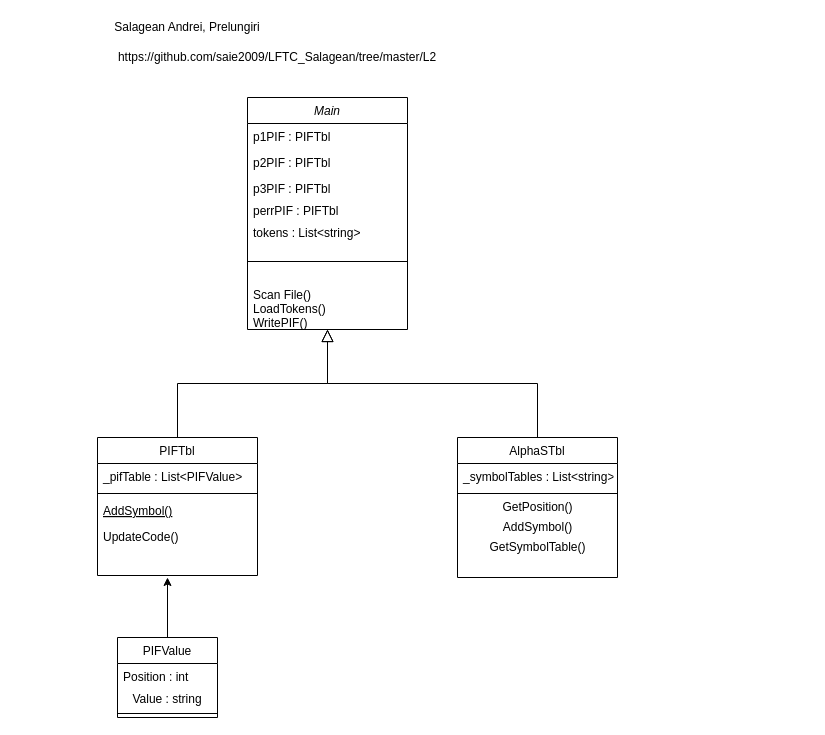
Earlier version of the draw.io diagram L3/scannerDiag.drawio (saie2009/LFTC_Salagean). Source tidied: cells renumbered, new cells numbered last; positions are measured from the earlier drawing's top-left corner, leaving out a move shared by most shapes. Both pictures are drawn from the tidied source at 100%, with x=0, y=0 at pixel (47, 17).
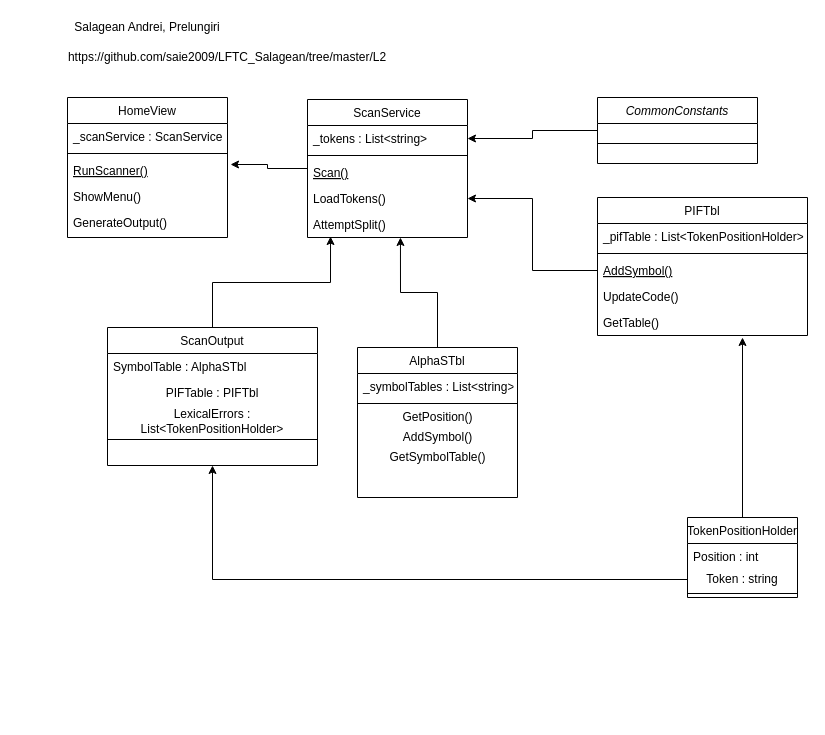
Above is the later version.

Diff of the diagram source:
```diff
@@
+    <mxCell id="30" style="edgeStyle=orthogonalEdgeStyle;rounded=0;jettySize=auto;html=1;entryX=1;entryY=0.5;entryDx=0;entryDy=0;" parent="1" edge="1" source="2" target="43">
+      <mxGeometry relative="1" as="geometry" />
+    </mxCell>
-    <mxCell id="2" value="Main" style="swimlane;fontStyle=2;align=center;verticalAlign=top;horizontal=1;startSize=26;rounded=0;shadow=0;strokeWidth=1;" parent="1" vertex="1">
-      <mxGeometry x="200" y="80" width="160" height="232" as="geometry" />
+    <mxCell id="2" value="CommonConstants" style="swimlane;fontStyle=2;align=center;verticalAlign=top;horizontal=1;startSize=26;rounded=0;shadow=0;strokeWidth=1;" parent="1" vertex="1">
+      <mxGeometry x="550" y="80" width="160" height="66" as="geometry" />
     </mxCell>
-    <mxCell id="3" value="p1PIF : PIFTbl" style="text;align=left;verticalAlign=top;spacingLeft=4;spacingRight=4;overflow=hidden;" parent="2" vertex="1">
-      <mxGeometry y="26" width="160" height="26" as="geometry" />
-    </mxCell>
-    <mxCell id="4" value="p2PIF : PIFTbl&#10;" style="text;align=left;verticalAlign=top;spacingLeft=4;spacingRight=4;overflow=hidden;rounded=0;shadow=0;html=0;" parent="2" vertex="1">
-      <mxGeometry y="52" width="160" height="26" as="geometry" />
-    </mxCell>
-    <mxCell id="5" value="p3PIF : PIFTbl&#10;" style="text;align=left;verticalAlign=top;spacingLeft=4;spacingRight=4;overflow=hidden;rounded=0;shadow=0;html=0;" parent="2" vertex="1">
-      <mxGeometry y="78" width="160" height="22" as="geometry" />
-    </mxCell>
-    <mxCell id="6" value="perrPIF : PIFTbl&#10;" style="text;align=left;verticalAlign=top;spacingLeft=4;spacingRight=4;overflow=hidden;rounded=0;shadow=0;html=0;" parent="2" vertex="1">
-      <mxGeometry y="100" width="160" height="22" as="geometry" />
-    </mxCell>
-    <mxCell id="7" value="tokens : List&lt;string&gt;&#10;" style="text;align=left;verticalAlign=top;spacingLeft=4;spacingRight=4;overflow=hidden;rounded=0;shadow=0;html=0;" parent="2" vertex="1">
-      <mxGeometry y="122" width="160" height="22" as="geometry" />
-    </mxCell>
     <mxCell id="8" style="line;html=1;strokeWidth=1;align=left;verticalAlign=middle;spacingTop=-1;spacingLeft=3;spacingRight=3;labelPosition=right;" parent="2" vertex="1">
-      <mxGeometry y="144" width="160" height="40" as="geometry" />
+      <mxGeometry y="26" width="160" height="40" as="geometry" />
     </mxCell>
-    <mxCell id="9" value="Scan File()&#10;LoadTokens()&#10;WritePIF()" style="text;align=left;verticalAlign=top;spacingLeft=4;spacingRight=4;overflow=hidden;" parent="2" vertex="1">
-      <mxGeometry y="184" width="160" height="48" as="geometry" />
-    </mxCell>
-    <mxCell id="10" style="endArrow=block;endSize=10;endFill=0;shadow=0;strokeWidth=1;rounded=0;edgeStyle=elbowEdgeStyle;elbow=vertical;" parent="1" edge="1" source="12" target="2">
-      <mxGeometry relative="1" as="geometry" />
-    </mxCell>
-    <mxCell id="11" style="endArrow=block;endSize=10;endFill=0;shadow=0;strokeWidth=1;rounded=0;edgeStyle=elbowEdgeStyle;elbow=vertical;" parent="1" edge="1" source="17" target="2">
-      <mxGeometry relative="1" as="geometry" />
-    </mxCell>
-    <mxCell id="12" value="PIFTbl" style="swimlane;fontStyle=0;align=center;verticalAlign=top;horizontal=1;startSize=26;rounded=0;shadow=0;strokeWidth=1;" parent="1" vertex="1">
-      <mxGeometry x="50" y="420" width="160" height="138" as="geometry" />
-    </mxCell>
-    <mxCell id="13" value="_pifTable : List&lt;PIFValue&gt;" style="text;align=left;verticalAlign=top;spacingLeft=4;spacingRight=4;overflow=hidden;" parent="12" vertex="1">
-      <mxGeometry y="26" width="160" height="26" as="geometry" />
-    </mxCell>
-    <mxCell id="14" style="line;html=1;strokeWidth=1;align=left;verticalAlign=middle;spacingTop=-1;spacingLeft=3;spacingRight=3;labelPosition=right;" parent="12" vertex="1">
-      <mxGeometry y="52" width="160" height="8" as="geometry" />
-    </mxCell>
-    <mxCell id="15" value="AddSymbol()&#10;" style="text;align=left;verticalAlign=top;spacingLeft=4;spacingRight=4;overflow=hidden;points=[[0,0.5],[1,0.5]];portConstraint=eastwest;fontStyle=4;" parent="12" vertex="1">
-      <mxGeometry y="60" width="160" height="26" as="geometry" />
-    </mxCell>
-    <mxCell id="16" value="UpdateCode()&#10;" style="text;align=left;verticalAlign=top;spacingLeft=4;spacingRight=4;overflow=hidden;" parent="12" vertex="1">
-      <mxGeometry y="86" width="160" height="26" as="geometry" />
-    </mxCell>
+    <mxCell id="31" style="edgeStyle=orthogonalEdgeStyle;rounded=0;jettySize=auto;html=1;entryX=0.581;entryY=1;entryDx=0;entryDy=0;entryPerimeter=0;" parent="1" edge="1" source="17" target="47">
+      <mxGeometry relative="1" as="geometry" />
+    </mxCell>
     <mxCell id="17" value="AlphaSTbl&#10;" style="swimlane;fontStyle=0;align=center;verticalAlign=top;horizontal=1;startSize=26;rounded=0;shadow=0;strokeWidth=1;" parent="1" vertex="1">
-      <mxGeometry x="410" y="420" width="160" height="140" as="geometry" />
+      <mxGeometry x="310" y="330" width="160" height="150" as="geometry" />
     </mxCell>
@@
-    <mxCell id="23" style="edgeStyle=orthogonalEdgeStyle;rounded=0;orthogonalLoop=1;jettySize=auto;html=1;" parent="1" edge="1">
-      <mxGeometry relative="1" as="geometry">
-        <mxPoint x="120" y="620" as="sourcePoint" />
-        <mxPoint x="120" y="560" as="targetPoint" />
-      </mxGeometry>
-    </mxCell>
+    <mxCell id="32" style="edgeStyle=orthogonalEdgeStyle;rounded=0;jettySize=auto;html=1;" parent="1" edge="1" source="24">
+      <mxGeometry relative="1" as="geometry">
+        <mxPoint x="695" y="320" as="targetPoint" />
+      </mxGeometry>
+    </mxCell>
-    <mxCell id="24" value="PIFValue" style="swimlane;fontStyle=0;align=center;verticalAlign=top;horizontal=1;startSize=26;rounded=0;shadow=0;strokeWidth=1;" parent="1" vertex="1">
-      <mxGeometry x="70" y="620" width="100" height="80" as="geometry" />
+    <mxCell id="24" value="TokenPositionHolder&#10;" style="swimlane;fontStyle=0;align=center;verticalAlign=top;horizontal=1;startSize=26;rounded=0;shadow=0;strokeWidth=1;" parent="1" vertex="1">
+      <mxGeometry x="640" y="500" width="110" height="80" as="geometry" />
     </mxCell>
     <mxCell id="25" value="Position : int" style="text;align=left;verticalAlign=top;spacingLeft=4;spacingRight=4;overflow=hidden;" parent="24" vertex="1">
-      <mxGeometry y="26" width="100" height="26" as="geometry" />
+      <mxGeometry y="26" width="110" height="26" as="geometry" />
     </mxCell>
-    <mxCell id="26" value="Value : string&lt;br&gt;" style="text;html=1;strokeColor=none;fillColor=none;align=center;verticalAlign=middle;whiteSpace=wrap;rounded=0;" parent="24" vertex="1">
-      <mxGeometry y="52" width="100" height="20" as="geometry" />
+    <mxCell id="26" value="Token : string" style="text;html=1;strokeColor=none;fillColor=none;align=center;verticalAlign=middle;whiteSpace=wrap;rounded=0;" parent="24" vertex="1">
+      <mxGeometry y="52" width="110" height="20" as="geometry" />
     </mxCell>
     <mxCell id="27" style="line;html=1;strokeWidth=1;align=left;verticalAlign=middle;spacingTop=-1;spacingLeft=3;spacingRight=3;labelPosition=right;" parent="24" vertex="1">
-      <mxGeometry y="72" width="100" height="8" as="geometry" />
+      <mxGeometry y="72" width="110" height="8" as="geometry" />
     </mxCell>
     <mxCell id="28" value="https://github.com/saie2009/LFTC_Salagean/tree/master/L2" style="text;html=1;strokeColor=none;fillColor=none;align=center;verticalAlign=middle;whiteSpace=wrap;rounded=0;" parent="1" vertex="1">
-      <mxGeometry x="210" y="30" width="40" height="20" as="geometry" />
+      <mxGeometry x="160" y="30" width="40" height="20" as="geometry" />
     </mxCell>
     <mxCell id="29" value="Salagean Andrei, Prelungiri" style="text;html=1;strokeColor=none;fillColor=none;align=center;verticalAlign=middle;whiteSpace=wrap;rounded=0;" parent="1" vertex="1">
-      <mxGeometry width="280" height="20" as="geometry" />
+      <mxGeometry x="-30" width="260" height="20" as="geometry" />
     </mxCell>
+    <mxCell id="12" value="PIFTbl" style="swimlane;fontStyle=0;align=center;verticalAlign=top;horizontal=1;startSize=26;rounded=0;shadow=0;strokeWidth=1;" parent="1" vertex="1">
+      <mxGeometry x="550" y="180" width="210" height="138" as="geometry" />
+    </mxCell>
+    <mxCell id="13" value="_pifTable : List&lt;TokenPositionHolder&gt;" style="text;align=left;verticalAlign=top;spacingLeft=4;spacingRight=4;overflow=hidden;" parent="12" vertex="1">
+      <mxGeometry y="26" width="210" height="26" as="geometry" />
+    </mxCell>
+    <mxCell id="33" style="line;html=1;strokeWidth=1;align=left;verticalAlign=middle;spacingTop=-1;spacingLeft=3;spacingRight=3;labelPosition=right;" parent="12" vertex="1">
+      <mxGeometry y="52" width="210" height="8" as="geometry" />
+    </mxCell>
+    <mxCell id="15" value="AddSymbol()&#10;" style="text;align=left;verticalAlign=top;spacingLeft=4;spacingRight=4;overflow=hidden;points=[[0,0.5],[1,0.5]];portConstraint=eastwest;fontStyle=4;" parent="12" vertex="1">
+      <mxGeometry y="60" width="210" height="26" as="geometry" />
+    </mxCell>
+    <mxCell id="16" value="UpdateCode()&#10;" style="text;align=left;verticalAlign=top;spacingLeft=4;spacingRight=4;overflow=hidden;" parent="12" vertex="1">
+      <mxGeometry y="86" width="210" height="26" as="geometry" />
+    </mxCell>
+    <mxCell id="34" value="GetTable()" style="text;align=left;verticalAlign=top;spacingLeft=4;spacingRight=4;overflow=hidden;" parent="12" vertex="1">
+      <mxGeometry y="112" width="210" height="26" as="geometry" />
+    </mxCell>
+    <mxCell id="35" value="HomeView" style="swimlane;fontStyle=0;align=center;verticalAlign=top;horizontal=1;startSize=26;rounded=0;shadow=0;strokeWidth=1;" parent="1" vertex="1">
+      <mxGeometry x="20" y="80" width="160" height="140" as="geometry" />
+    </mxCell>
+    <mxCell id="36" value="_scanService : ScanService" style="text;align=left;verticalAlign=top;spacingLeft=4;spacingRight=4;overflow=hidden;" parent="35" vertex="1">
+      <mxGeometry y="26" width="160" height="26" as="geometry" />
+    </mxCell>
+    <mxCell id="37" style="line;html=1;strokeWidth=1;align=left;verticalAlign=middle;spacingTop=-1;spacingLeft=3;spacingRight=3;labelPosition=right;" parent="35" vertex="1">
+      <mxGeometry y="52" width="160" height="8" as="geometry" />
+    </mxCell>
+    <mxCell id="38" value="RunScanner()" style="text;align=left;verticalAlign=top;spacingLeft=4;spacingRight=4;overflow=hidden;points=[[0,0.5],[1,0.5]];portConstraint=eastwest;fontStyle=4;" parent="35" vertex="1">
+      <mxGeometry y="60" width="160" height="26" as="geometry" />
+    </mxCell>
+    <mxCell id="39" value="ShowMenu()" style="text;align=left;verticalAlign=top;spacingLeft=4;spacingRight=4;overflow=hidden;" parent="35" vertex="1">
+      <mxGeometry y="86" width="160" height="26" as="geometry" />
+    </mxCell>
+    <mxCell id="40" value="GenerateOutput()" style="text;align=left;verticalAlign=top;spacingLeft=4;spacingRight=4;overflow=hidden;" parent="35" vertex="1">
+      <mxGeometry y="112" width="160" height="28" as="geometry" />
+    </mxCell>
+    <mxCell id="41" style="edgeStyle=orthogonalEdgeStyle;rounded=0;jettySize=auto;html=1;entryX=1.019;entryY=0.269;entryDx=0;entryDy=0;entryPerimeter=0;" parent="1" edge="1" source="42" target="38">
+      <mxGeometry relative="1" as="geometry" />
+    </mxCell>
+    <mxCell id="42" value="ScanService" style="swimlane;fontStyle=0;align=center;verticalAlign=top;horizontal=1;startSize=26;rounded=0;shadow=0;strokeWidth=1;" parent="1" vertex="1">
+      <mxGeometry x="260" y="82" width="160" height="138" as="geometry" />
+    </mxCell>
+    <mxCell id="43" value="_tokens : List&lt;string&gt;" style="text;align=left;verticalAlign=top;spacingLeft=4;spacingRight=4;overflow=hidden;points=[[0,0.5],[1,0.5]];portConstraint=eastwest;" parent="42" vertex="1">
+      <mxGeometry y="26" width="160" height="26" as="geometry" />
+    </mxCell>
+    <mxCell id="44" style="line;html=1;strokeWidth=1;align=left;verticalAlign=middle;spacingTop=-1;spacingLeft=3;spacingRight=3;labelPosition=right;" parent="42" vertex="1">
+      <mxGeometry y="52" width="160" height="8" as="geometry" />
+    </mxCell>
+    <mxCell id="45" value="Scan()" style="text;align=left;verticalAlign=top;spacingLeft=4;spacingRight=4;overflow=hidden;fontStyle=4;" parent="42" vertex="1">
+      <mxGeometry y="60" width="160" height="26" as="geometry" />
+    </mxCell>
+    <mxCell id="46" value="LoadTokens()&#10;" style="text;align=left;verticalAlign=top;spacingLeft=4;spacingRight=4;overflow=hidden;points=[[0,0.5],[1,0.5]];portConstraint=eastwest;" parent="42" vertex="1">
+      <mxGeometry y="86" width="160" height="26" as="geometry" />
+    </mxCell>
+    <mxCell id="47" value="AttemptSplit()" style="text;align=left;verticalAlign=top;spacingLeft=4;spacingRight=4;overflow=hidden;points=[[0,0.5],[1,0.5]];portConstraint=eastwest;" parent="42" vertex="1">
+      <mxGeometry y="112" width="160" height="26" as="geometry" />
+    </mxCell>
+    <mxCell id="48" style="edgeStyle=orthogonalEdgeStyle;rounded=0;jettySize=auto;html=1;" parent="1" edge="1" source="15" target="46">
+      <mxGeometry relative="1" as="geometry" />
+    </mxCell>
+    <mxCell id="49" style="edgeStyle=orthogonalEdgeStyle;rounded=0;jettySize=auto;html=1;entryX=0.144;entryY=0.962;entryDx=0;entryDy=0;entryPerimeter=0;" parent="1" edge="1" source="50" target="47">
+      <mxGeometry relative="1" as="geometry" />
+    </mxCell>
+    <mxCell id="50" value="ScanOutput" style="swimlane;fontStyle=0;align=center;verticalAlign=top;horizontal=1;startSize=26;rounded=0;shadow=0;strokeWidth=1;" parent="1" vertex="1">
+      <mxGeometry x="60" y="310" width="210" height="138" as="geometry" />
+    </mxCell>
+    <mxCell id="51" value="SymbolTable : AlphaSTbl" style="text;align=left;verticalAlign=top;spacingLeft=4;spacingRight=4;overflow=hidden;" parent="50" vertex="1">
+      <mxGeometry y="26" width="210" height="26" as="geometry" />
+    </mxCell>
+    <mxCell id="52" value="PIFTable : PIFTbl" style="text;html=1;strokeColor=none;fillColor=none;align=center;verticalAlign=middle;whiteSpace=wrap;rounded=0;" parent="50" vertex="1">
+      <mxGeometry y="52" width="210" height="28" as="geometry" />
+    </mxCell>
+    <mxCell id="53" value="LexicalErrors : List&amp;lt;TokenPositionHolder&amp;gt;" style="text;html=1;strokeColor=none;fillColor=none;align=center;verticalAlign=middle;whiteSpace=wrap;rounded=0;" parent="50" vertex="1">
+      <mxGeometry y="80" width="210" height="28" as="geometry" />
+    </mxCell>
+    <mxCell id="54" style="line;html=1;strokeWidth=1;align=left;verticalAlign=middle;spacingTop=-1;spacingLeft=3;spacingRight=3;labelPosition=right;" parent="50" vertex="1">
+      <mxGeometry y="108" width="210" height="8" as="geometry" />
+    </mxCell>
+    <mxCell id="55" style="edgeStyle=orthogonalEdgeStyle;rounded=0;jettySize=auto;html=1;entryX=0.5;entryY=1;entryDx=0;entryDy=0;" parent="1" edge="1" source="26" target="50">
+      <mxGeometry relative="1" as="geometry" />
+    </mxCell>
```
